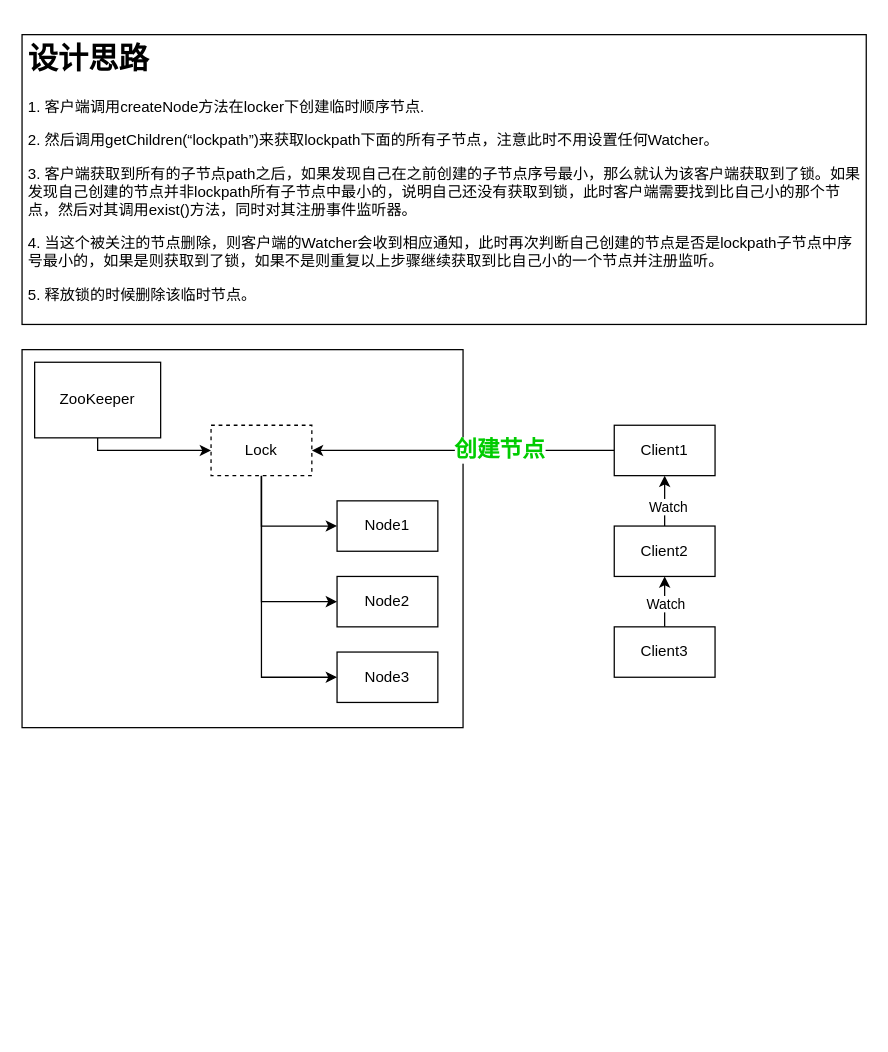
Before: page "ZK-Curator" (2 of 7) of 分布式锁.drawio in bayern01kahn/Tech_Diagrams, a draw.io diagram. Source tidied: cells renumbered, new cells numbered last; positions are measured from the earlier drawing's top-left corner, leaving out a move shared by most shapes. Both pictures are drawn from the tidied source at 126%, with x=0, y=0 at pixel (21, 34).
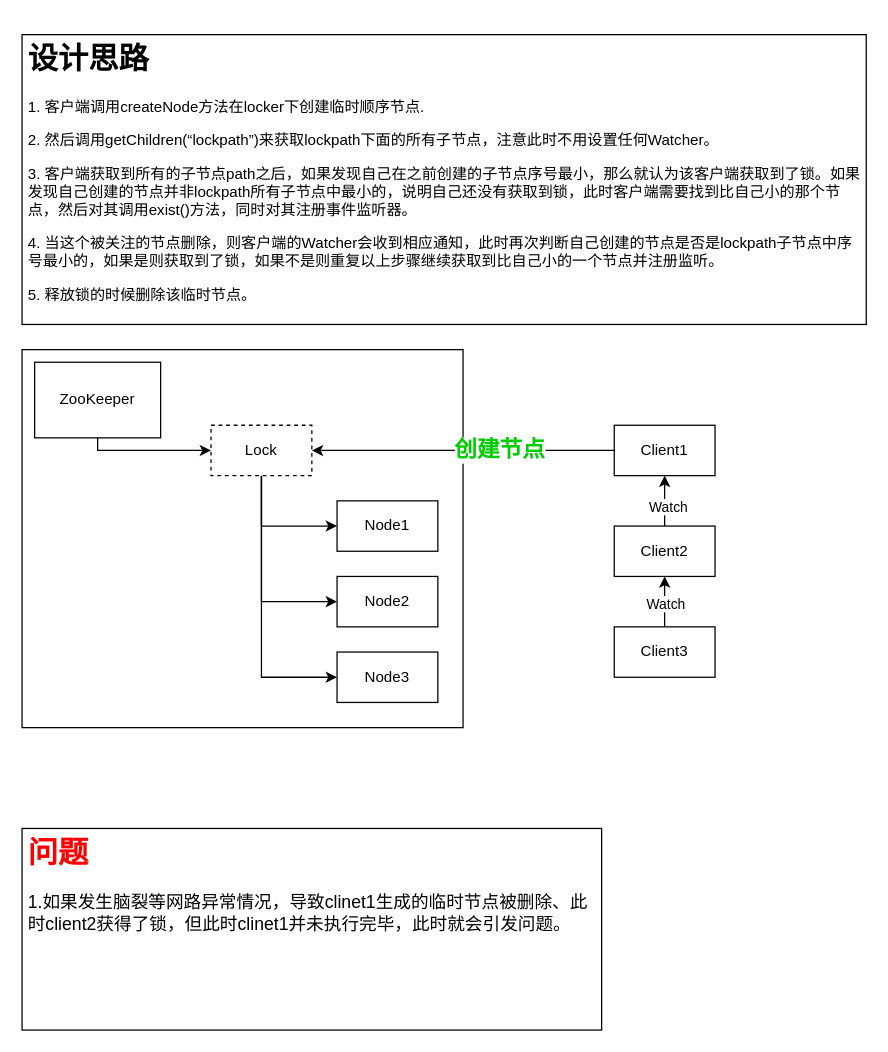
Above is the later version.

What changed in the source:
```diff
@@
+    <mxCell id="22" value="&lt;h1&gt;&lt;font color=&quot;#ff0000&quot;&gt;问题&lt;/font&gt;&lt;/h1&gt;&lt;p&gt;&lt;font style=&quot;font-size: 14px&quot;&gt;1.如果发生脑裂等网路异常情况，导致clinet1生成的临时节点被删除、此时client2获得了锁，但此时clinet1并未执行完毕，此时就会引发问题。&lt;/font&gt;&lt;/p&gt;" style="text;html=1;spacing=5;spacingTop=-20;whiteSpace=wrap;overflow=hidden;rounded=0;fillColor=#ffffff;strokeColor=#000000;" parent="1" vertex="1">
+      <mxGeometry y="630" width="460" height="160" as="geometry" />
+    </mxCell>
```
